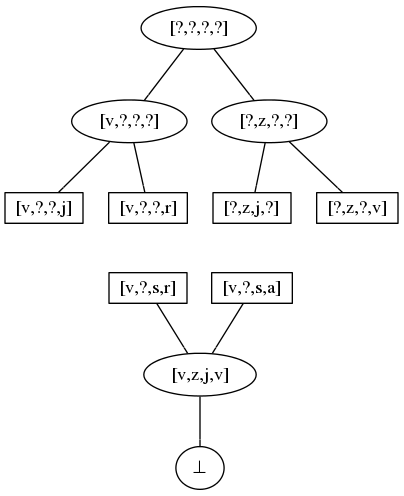
NorfairKing/ai_alternative-exam keeps this Graphviz diagram as resources/graphs/resultaat.png. Above is the earlier version. Its source is kept beside it as resources/graphs/resultaat.dot.
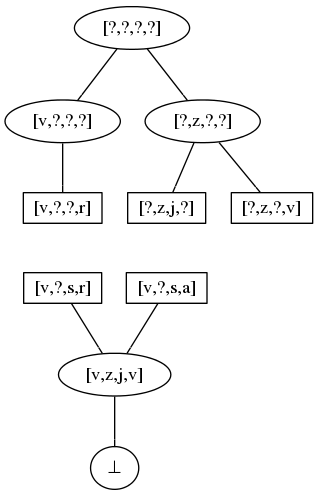
Later version of the same file.

What changed in the source:
```diff
@@ -10,7 +10,6 @@
     ex_2_1 [label = "[v,?,?,?]",shape=ellipse];
     ex_2_2 [label = "[?,z,?,?]",shape=ellipse];
 
-    ex_3_1  [label = "[v,?,?,j]"];
     ex_3_4  [label = "[v,?,?,r]"];
 
     ex_3_8  [label = "[?,z,j,?]"];
@@ -22,7 +21,6 @@
     top -> ex_2_1;
     top -> ex_2_2;
 
-    ex_2_1 -> ex_3_1;
     ex_2_1 -> ex_3_4;
 
     ex_2_2 -> ex_3_8;
```
